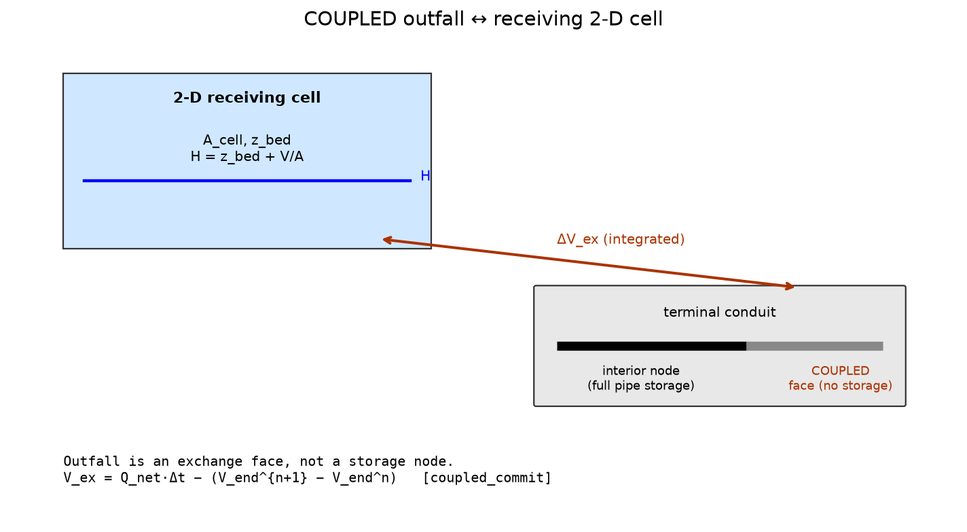
The Mermaid diagram docs/figures/outfall_schematic.png in FloodGroup/LISFLOOD-SWMM-Coupling, before a commit. Its source is kept beside it as docs/figures/outfall_schematic.mmd. Its diagram source:
```mermaid
flowchart TB
  subgraph Cell["2-D receiving cell"]
    Z["bed elevation z_bed"]
    H2["surface head H"]
    A["cell area A"]
  end
  subgraph Pipe["Terminal conduit"]
    N["interior node storage"]
    F["COUPLED outfall face"]
  end
  H2 <-->|"ΔV_ex"| F
  N --- F
```
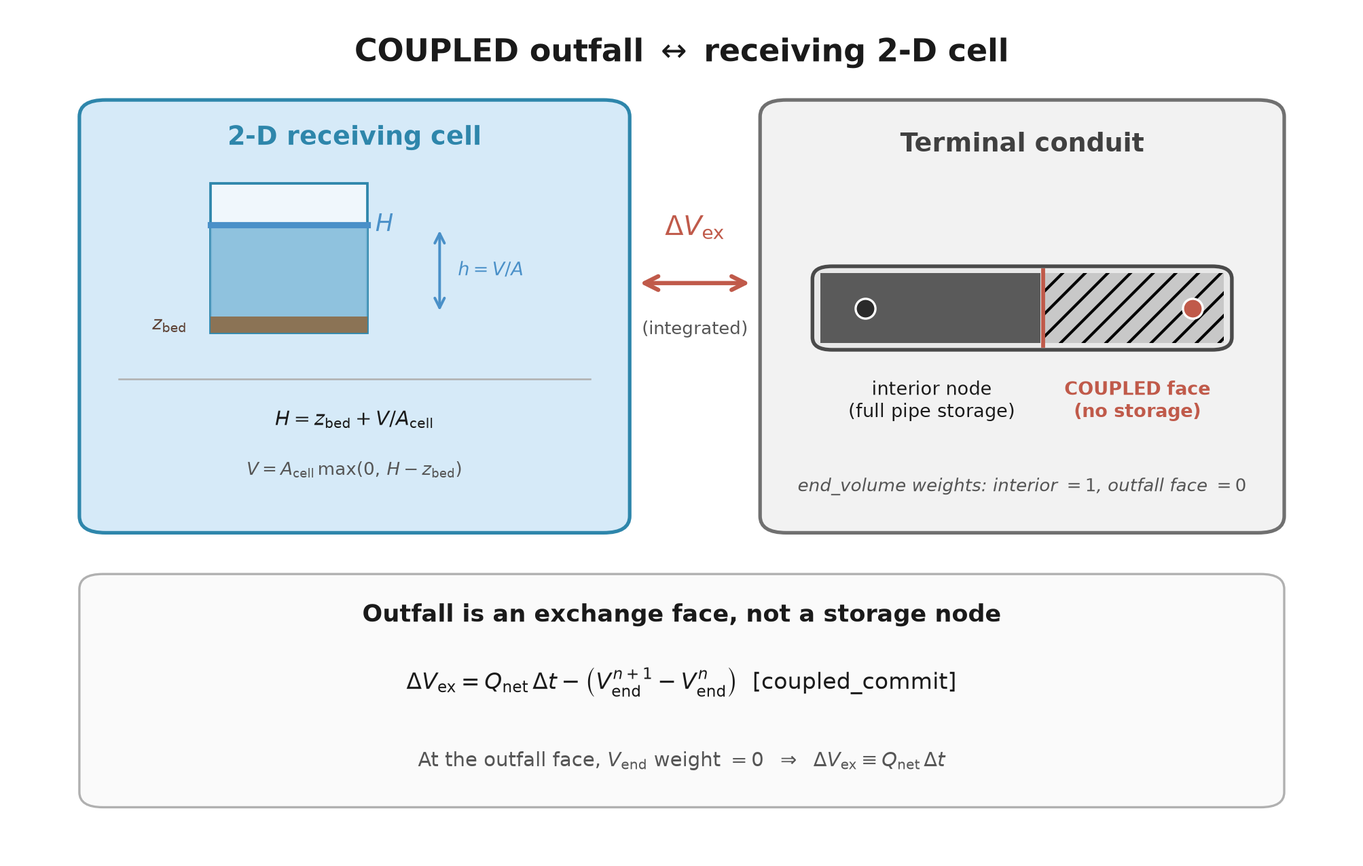
Above is the later version.

Commit message:
docs(figures): Nature-style coupling overview, outfall schematic, and time-sync diagrams

Diff of the diagram source:
```diff
@@ -1,12 +1,12 @@
 flowchart TB
   subgraph Cell["2-D receiving cell"]
-    Z["bed elevation z_bed"]
-    H2["surface head H"]
-    A["cell area A"]
+    A["A_cell"]
+    Z["z_bed"]
+    H2["H = z_bed + V/A"]
   end
   subgraph Pipe["Terminal conduit"]
-    N["interior node storage"]
-    F["COUPLED outfall face"]
+    N["interior node (full pipe storage)"]
+    F["COUPLED face (no storage; end_volume weight = 0)"]
   end
-  H2 <-->|"ΔV_ex"| F
+  H2 <-->|"ΔV_ex ≡ Q_net Δt [coupled_commit]"| F
   N --- F
```
